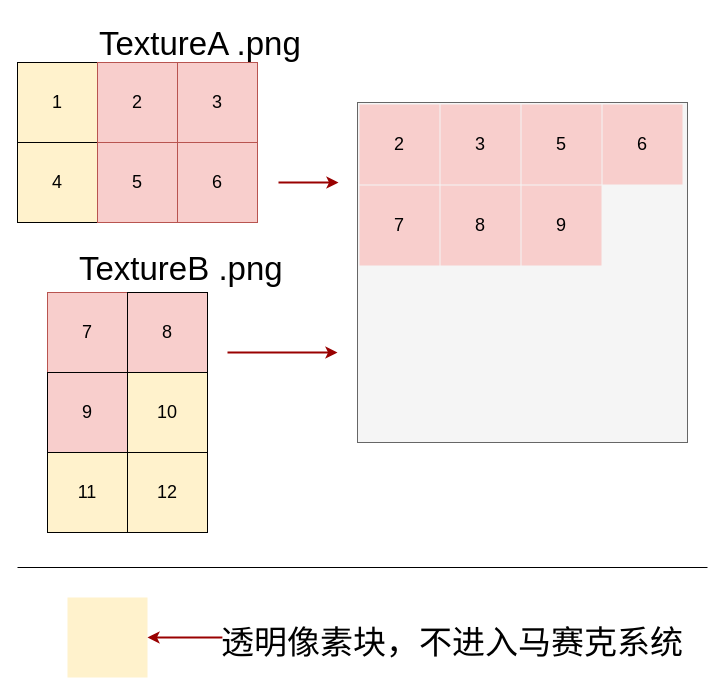
Before: default.drawio in imzoer/imzoer.github.io, a draw.io diagram. Source tidied: cells renumbered, new cells numbered last; positions are measured from the earlier drawing's top-left corner, leaving out a move shared by most shapes. Both pictures are drawn from the tidied source at 100%, with x=0, y=0 at pixel (17, 17).
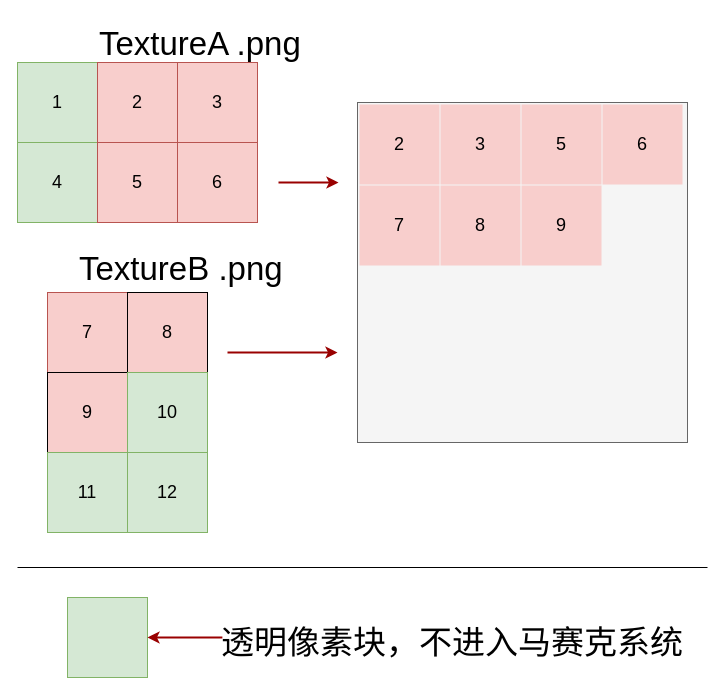
The same page after the edit.

The edit, as a diff of the source:
```diff
@@
-    <mxCell id="2" value="1" style="whiteSpace=wrap;html=1;fontSize=18;fillColor=#fff2cc;strokeColor=#000000;" parent="1" vertex="1">
+    <mxCell id="2" value="1" style="whiteSpace=wrap;html=1;fontSize=18;fillColor=#d5e8d4;strokeColor=#82b366;" parent="1" vertex="1">
       <mxGeometry y="45" width="80" height="80" as="geometry" />
     </mxCell>
@@
-    <mxCell id="4" value="4" style="whiteSpace=wrap;html=1;fillColor=#fff2cc;strokeColor=#000000;fontSize=18;" parent="1" vertex="1">
+    <mxCell id="4" value="4" style="whiteSpace=wrap;html=1;fillColor=#d5e8d4;strokeColor=#82b366;fontSize=18;" parent="1" vertex="1">
       <mxGeometry y="125" width="80" height="80" as="geometry" />
     </mxCell>
@@
-    <mxCell id="17" value="10" style="whiteSpace=wrap;html=1;fontSize=18;fillColor=#fff2cc;strokeColor=#000000;" parent="1" vertex="1">
+    <mxCell id="17" value="10" style="whiteSpace=wrap;html=1;fontSize=18;fillColor=#d5e8d4;strokeColor=#82b366;" parent="1" vertex="1">
       <mxGeometry x="110" y="355" width="80" height="80" as="geometry" />
     </mxCell>
-    <mxCell id="18" value="11" style="whiteSpace=wrap;html=1;fontSize=18;fillColor=#fff2cc;strokeColor=#000000;" parent="1" vertex="1">
+    <mxCell id="18" value="11" style="whiteSpace=wrap;html=1;fontSize=18;fillColor=#d5e8d4;strokeColor=#82b366;" parent="1" vertex="1">
       <mxGeometry x="30" y="435" width="80" height="80" as="geometry" />
     </mxCell>
-    <mxCell id="19" value="12" style="whiteSpace=wrap;html=1;fontSize=18;fillColor=#fff2cc;strokeColor=#000000;" parent="1" vertex="1">
+    <mxCell id="19" value="12" style="whiteSpace=wrap;html=1;fontSize=18;fillColor=#d5e8d4;strokeColor=#82b366;" parent="1" vertex="1">
       <mxGeometry x="110" y="435" width="80" height="80" as="geometry" />
     </mxCell>
@@
-    <mxCell id="26" style="whiteSpace=wrap;html=1;fillColor=#fff2cc;strokeColor=none;fontSize=18;" parent="1" vertex="1">
+    <mxCell id="26" style="whiteSpace=wrap;html=1;fillColor=#d5e8d4;strokeColor=#82b366;fontSize=18;" parent="1" vertex="1">
       <mxGeometry x="50" y="580" width="80" height="80" as="geometry" />
     </mxCell>
```
